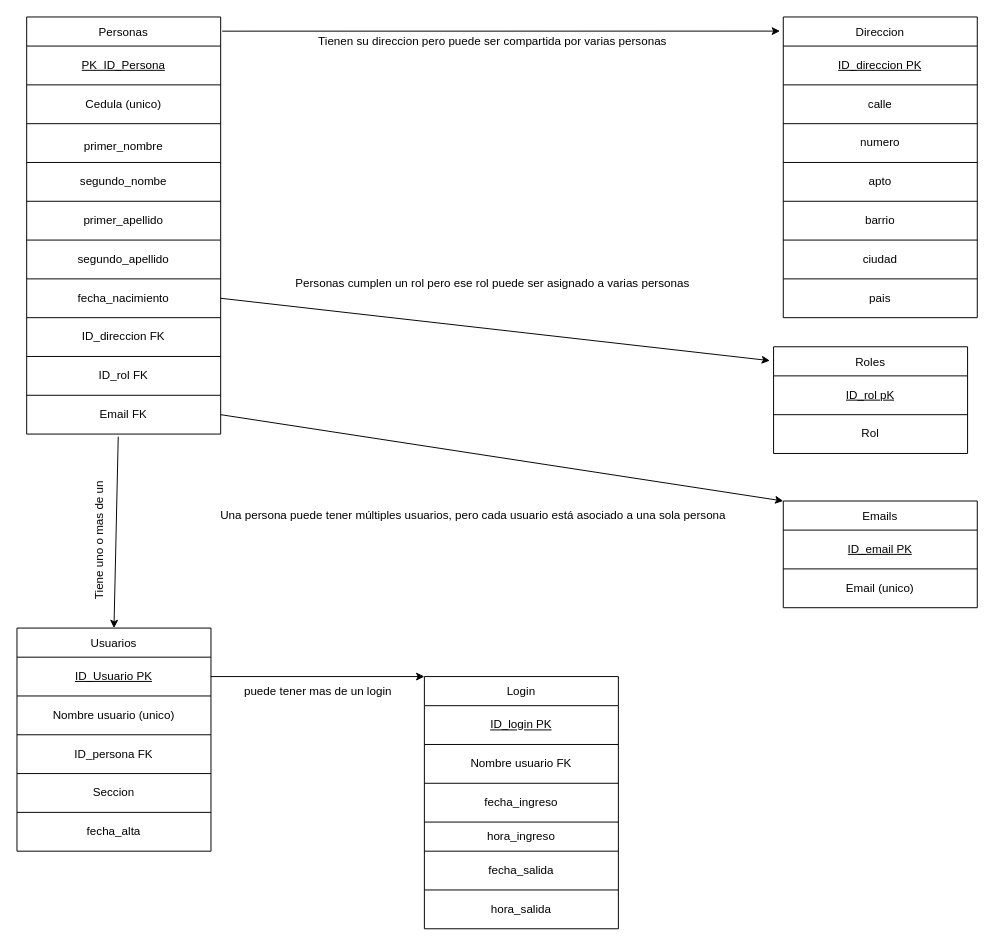
Earlier version of the draw.io diagram ejLogin-DiagLógico.drawio (nicolasferreirat/EjercicioLoginBaseDeDatos). Source tidied: cells renumbered, new cells numbered last; positions are measured from the earlier drawing's top-left corner, leaving out a move shared by most shapes. Both pictures are drawn from the tidied source at 97%, with x=0, y=0 at pixel (16, 16).
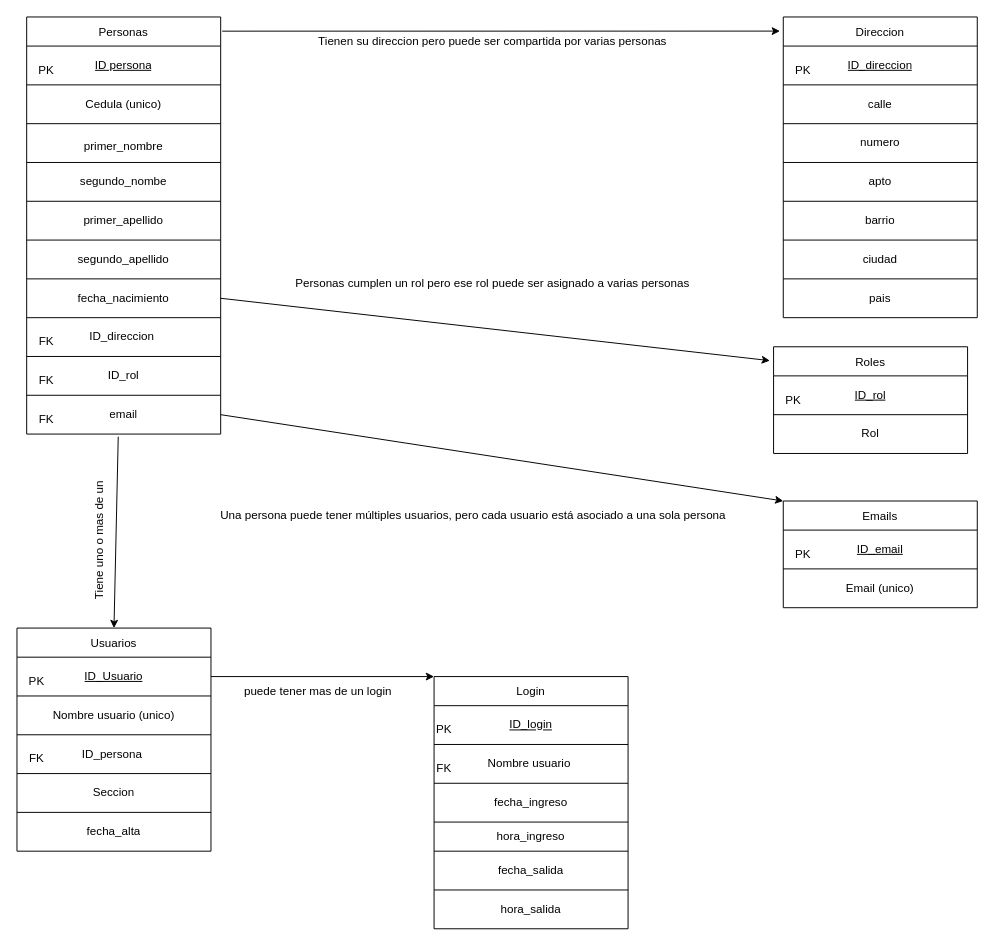
After the change.

The change refers to these unchanged cells:
```xml
<mxCell id="4" style="shape=tableRow;horizontal=0;startSize=0;swimlaneHead=0;swimlaneBody=0;top=0;left=0;bottom=0;right=0;fillColor=none;" parent="3" vertex="1">
  <mxGeometry y="30" width="200" height="40" as="geometry" />
</mxCell>
<mxCell id="18" style="shape=tableRow;horizontal=0;startSize=0;swimlaneHead=0;swimlaneBody=0;top=0;left=0;bottom=0;right=0;fillColor=none;" parent="3" vertex="1">
  <mxGeometry y="310" width="200" height="40" as="geometry" />
</mxCell>
<mxCell id="20" style="shape=tableRow;horizontal=0;startSize=0;swimlaneHead=0;swimlaneBody=0;top=0;left=0;bottom=0;right=0;fillColor=none;" parent="3" vertex="1">
  <mxGeometry y="350" width="200" height="40" as="geometry" />
</mxCell>
<mxCell id="22" style="shape=tableRow;horizontal=0;startSize=0;swimlaneHead=0;swimlaneBody=0;top=0;left=0;bottom=0;right=0;fillColor=none;points=[[0,0.5],[1,0.5]];portConstraint=eastwest;" parent="3" vertex="1">
  <mxGeometry y="390" width="200" height="40" as="geometry" />
</mxCell>
<mxCell id="25" style="shape=tableRow;horizontal=0;startSize=0;swimlaneHead=0;swimlaneBody=0;top=0;left=0;bottom=0;right=0;fillColor=none;" parent="24" vertex="1">
  <mxGeometry y="30" width="200" height="40" as="geometry" />
</mxCell>
<mxCell id="40" style="shape=tableRow;horizontal=0;startSize=0;swimlaneHead=0;swimlaneBody=0;top=0;left=0;bottom=0;right=0;fillColor=none;" parent="39" vertex="1">
  <mxGeometry y="30" width="200" height="40" as="geometry" />
</mxCell>
<mxCell id="45" style="shape=tableRow;horizontal=0;startSize=0;swimlaneHead=0;swimlaneBody=0;top=0;left=0;bottom=0;right=0;fillColor=none;points=[[0,0.5],[1,0.5]];portConstraint=eastwest;" parent="44" vertex="1">
  <mxGeometry y="30" width="200" height="40" as="geometry" />
</mxCell>
<mxCell id="49" style="shape=tableRow;horizontal=0;startSize=0;swimlaneHead=0;swimlaneBody=0;top=0;left=0;bottom=0;right=0;fillColor=none;" parent="44" vertex="1">
  <mxGeometry y="110" width="200" height="40" as="geometry" />
</mxCell>
<mxCell id="56" style="shape=tableRow;horizontal=0;startSize=0;swimlaneHead=0;swimlaneBody=0;top=0;left=0;bottom=0;right=0;fillColor=none;" parent="55" vertex="1">
  <mxGeometry y="30" width="200" height="40" as="geometry" />
</mxCell>
<mxCell id="61" style="shape=tableRow;horizontal=0;startSize=0;swimlaneHead=0;swimlaneBody=0;top=0;left=0;bottom=0;right=0;fillColor=none;" parent="60" vertex="1">
  <mxGeometry y="30" width="200" height="40" as="geometry" />
</mxCell>
<mxCell id="63" style="shape=tableRow;horizontal=0;startSize=0;swimlaneHead=0;swimlaneBody=0;top=0;left=0;bottom=0;right=0;fillColor=none;" parent="60" vertex="1">
  <mxGeometry y="70" width="200" height="40" as="geometry" />
</mxCell>
```

Diff of the diagram source:
```diff
@@
-    <mxCell id="5" value="&lt;u&gt;PK&amp;nbsp; ID_Persona&lt;/u&gt;" style="shape=partialRectangle;html=1;whiteSpace=wrap;overflow=hidden;fillColor=none;top=0;left=0;bottom=0;right=0;" parent="4" vertex="1">
+    <mxCell id="5" value="&lt;u&gt;ID persona&lt;/u&gt;" style="shape=partialRectangle;html=1;whiteSpace=wrap;overflow=hidden;fillColor=none;top=0;left=0;bottom=0;right=0;" parent="4" vertex="1">
       <mxGeometry width="200" height="40" as="geometry" />
     </mxCell>
@@
-    <mxCell id="19" value="ID_direccion FK" style="shape=partialRectangle;html=1;whiteSpace=wrap;overflow=hidden;fillColor=none;top=0;left=0;bottom=0;right=0;" parent="18" vertex="1">
+    <mxCell id="19" value="ID_direccion&amp;nbsp;" style="shape=partialRectangle;html=1;whiteSpace=wrap;overflow=hidden;fillColor=none;top=0;left=0;bottom=0;right=0;" parent="18" vertex="1">
       <mxGeometry width="200" height="40" as="geometry" />
     </mxCell>
@@
-    <mxCell id="21" value="ID_rol FK" style="shape=partialRectangle;html=1;whiteSpace=wrap;overflow=hidden;fillColor=none;top=0;left=0;bottom=0;right=0;" parent="20" vertex="1">
+    <mxCell id="21" value="ID_rol" style="shape=partialRectangle;html=1;whiteSpace=wrap;overflow=hidden;fillColor=none;top=0;left=0;bottom=0;right=0;" parent="20" vertex="1">
       <mxGeometry width="200" height="40" as="geometry" />
     </mxCell>
@@
-    <mxCell id="23" value="Email FK" style="shape=partialRectangle;html=1;whiteSpace=wrap;overflow=hidden;fillColor=none;top=0;left=0;bottom=0;right=0;" parent="22" vertex="1">
+    <mxCell id="23" value="email" style="shape=partialRectangle;html=1;whiteSpace=wrap;overflow=hidden;fillColor=none;top=0;left=0;bottom=0;right=0;" parent="22" vertex="1">
       <mxGeometry width="200" height="40" as="geometry" />
     </mxCell>
@@
-    <mxCell id="26" value="&lt;u&gt;ID_direccion PK&lt;/u&gt;" style="shape=partialRectangle;html=1;whiteSpace=wrap;overflow=hidden;fillColor=none;top=0;left=0;bottom=0;right=0;" parent="25" vertex="1">
+    <mxCell id="26" value="&lt;u&gt;ID_direccion&lt;/u&gt;" style="shape=partialRectangle;html=1;whiteSpace=wrap;overflow=hidden;fillColor=none;top=0;left=0;bottom=0;right=0;" parent="25" vertex="1">
       <mxGeometry width="200" height="40" as="geometry" />
     </mxCell>
@@
-    <mxCell id="41" value="&lt;u&gt;ID_rol pK&lt;/u&gt;" style="shape=partialRectangle;html=1;whiteSpace=wrap;overflow=hidden;fillColor=none;top=0;left=0;bottom=0;right=0;" parent="40" vertex="1">
+    <mxCell id="41" value="&lt;u&gt;ID_rol&lt;/u&gt;" style="shape=partialRectangle;html=1;whiteSpace=wrap;overflow=hidden;fillColor=none;top=0;left=0;bottom=0;right=0;" parent="40" vertex="1">
       <mxGeometry width="200" height="40" as="geometry" />
     </mxCell>
@@
-    <mxCell id="46" value="&lt;u&gt;ID_Usuario PK&lt;/u&gt;" style="shape=partialRectangle;html=1;whiteSpace=wrap;overflow=hidden;fillColor=none;top=0;left=0;bottom=0;right=0;" parent="45" vertex="1">
+    <mxCell id="46" value="&lt;u&gt;ID_Usuario&lt;/u&gt;" style="shape=partialRectangle;html=1;whiteSpace=wrap;overflow=hidden;fillColor=none;top=0;left=0;bottom=0;right=0;" parent="45" vertex="1">
       <mxGeometry width="200" height="40" as="geometry" />
     </mxCell>
@@
-    <mxCell id="50" value="ID_persona FK" style="shape=partialRectangle;html=1;whiteSpace=wrap;overflow=hidden;fillColor=none;top=0;left=0;bottom=0;right=0;" parent="49" vertex="1">
+    <mxCell id="50" value="ID_persona&amp;nbsp;" style="shape=partialRectangle;html=1;whiteSpace=wrap;overflow=hidden;fillColor=none;top=0;left=0;bottom=0;right=0;" parent="49" vertex="1">
       <mxGeometry width="200" height="40" as="geometry" />
     </mxCell>
@@
-    <mxCell id="57" value="&lt;u&gt;ID_email PK&lt;/u&gt;" style="shape=partialRectangle;html=1;whiteSpace=wrap;overflow=hidden;fillColor=none;top=0;left=0;bottom=0;right=0;" parent="56" vertex="1">
+    <mxCell id="57" value="&lt;u&gt;ID_email&lt;/u&gt;" style="shape=partialRectangle;html=1;whiteSpace=wrap;overflow=hidden;fillColor=none;top=0;left=0;bottom=0;right=0;" parent="56" vertex="1">
       <mxGeometry width="200" height="40" as="geometry" />
     </mxCell>
@@
     <mxCell id="60" value="Login" style="shape=table;startSize=30;childLayout=tableLayout;" parent="1" vertex="1">
-      <mxGeometry x="420" y="680" width="200" height="260" as="geometry" />
+      <mxGeometry x="430" y="680" width="200" height="260" as="geometry" />
     </mxCell>
@@
-    <mxCell id="62" value="&lt;u&gt;ID_login PK&lt;/u&gt;" style="shape=partialRectangle;html=1;whiteSpace=wrap;overflow=hidden;fillColor=none;top=0;left=0;bottom=0;right=0;" parent="61" vertex="1">
+    <mxCell id="62" value="&lt;u&gt;ID_login&lt;/u&gt;" style="shape=partialRectangle;html=1;whiteSpace=wrap;overflow=hidden;fillColor=none;top=0;left=0;bottom=0;right=0;" parent="61" vertex="1">
       <mxGeometry width="200" height="40" as="geometry" />
     </mxCell>
@@
-    <mxCell id="64" value="Nombre usuario FK" style="shape=partialRectangle;html=1;whiteSpace=wrap;overflow=hidden;fillColor=none;top=0;left=0;bottom=0;right=0;" parent="63" vertex="1">
+    <mxCell id="64" value="Nombre usuario&amp;nbsp;" style="shape=partialRectangle;html=1;whiteSpace=wrap;overflow=hidden;fillColor=none;top=0;left=0;bottom=0;right=0;" parent="63" vertex="1">
       <mxGeometry width="200" height="40" as="geometry" />
     </mxCell>
@@
+    <mxCell id="82" value="PK" style="text;html=1;align=center;verticalAlign=middle;strokeColor=none;fillColor=none;" parent="1" vertex="1">
+      <mxGeometry x="10" y="40" width="40" height="30" as="geometry" />
+    </mxCell>
+    <mxCell id="83" value="FK" style="text;html=1;align=center;verticalAlign=middle;strokeColor=none;fillColor=none;" parent="1" vertex="1">
+      <mxGeometry x="10" y="320" width="40" height="30" as="geometry" />
+    </mxCell>
+    <mxCell id="84" value="FK" style="text;html=1;align=center;verticalAlign=middle;strokeColor=none;fillColor=none;" parent="1" vertex="1">
+      <mxGeometry x="10" y="400" width="40" height="30" as="geometry" />
+    </mxCell>
+    <mxCell id="85" value="FK" style="text;html=1;align=center;verticalAlign=middle;strokeColor=none;fillColor=none;" parent="1" vertex="1">
+      <mxGeometry x="10" y="360" width="40" height="30" as="geometry" />
+    </mxCell>
+    <mxCell id="86" value="PK" style="text;html=1;align=center;verticalAlign=middle;strokeColor=none;fillColor=none;" parent="1" vertex="1">
+      <mxGeometry x="790" y="40" width="40" height="30" as="geometry" />
+    </mxCell>
+    <mxCell id="87" value="PK" style="text;html=1;align=center;verticalAlign=middle;strokeColor=none;fillColor=none;" parent="1" vertex="1">
+      <mxGeometry x="780" y="380" width="40" height="30" as="geometry" />
+    </mxCell>
+    <mxCell id="88" value="PK" style="text;html=1;align=center;verticalAlign=middle;strokeColor=none;fillColor=none;" parent="1" vertex="1">
+      <mxGeometry x="790" y="539" width="40" height="30" as="geometry" />
+    </mxCell>
+    <mxCell id="89" value="PK" style="text;html=1;align=center;verticalAlign=middle;strokeColor=none;fillColor=none;" parent="1" vertex="1">
+      <mxGeometry x="420" y="720" width="40" height="30" as="geometry" />
+    </mxCell>
+    <mxCell id="90" value="FK" style="text;html=1;align=center;verticalAlign=middle;strokeColor=none;fillColor=none;" parent="1" vertex="1">
+      <mxGeometry x="420" y="760" width="40" height="30" as="geometry" />
+    </mxCell>
+    <mxCell id="91" value="FK" style="text;html=1;align=center;verticalAlign=middle;strokeColor=none;fillColor=none;" parent="1" vertex="1">
+      <mxGeometry y="750" width="40" height="30" as="geometry" />
+    </mxCell>
+    <mxCell id="92" value="PK" style="text;html=1;align=center;verticalAlign=middle;strokeColor=none;fillColor=none;" parent="1" vertex="1">
+      <mxGeometry y="670" width="40" height="30" as="geometry" />
+    </mxCell>
```
